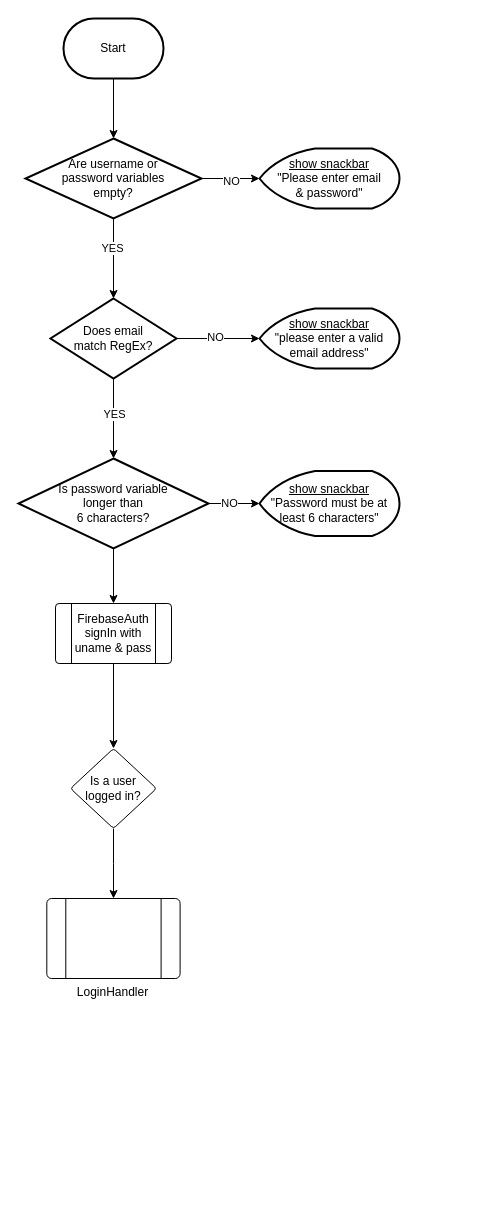
19MAsciamprener/compSci-NEA-repo keeps this draw.io diagram as login-uname-and-pass-flowchart.drawio. Above is the earlier version. Source tidied: cells renumbered, new cells numbered last; positions are measured from the earlier drawing's top-left corner, leaving out a move shared by most shapes. Both pictures are drawn from the tidied source at 100%, with x=0, y=0 at pixel (18, 18).
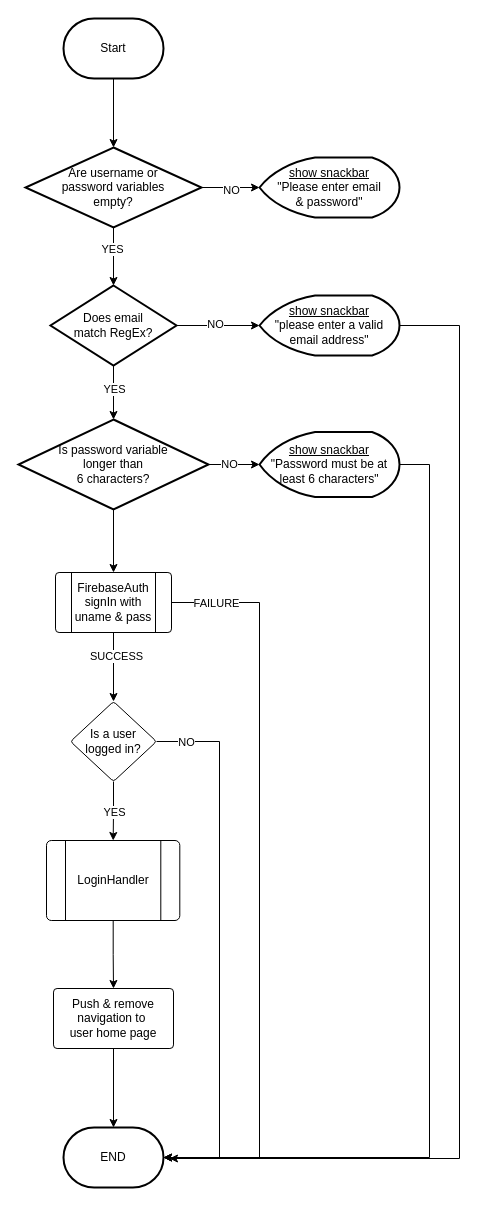
The same page after the edit.

Unchanged cells that the change refers to:
```xml
<mxCell id="21" style="edgeStyle=orthogonalEdgeStyle;rounded=0;jettySize=auto;html=1;" parent="1" edge="1" source="22" target="23">
  <mxGeometry relative="1" as="geometry" />
</mxCell>
<mxCell id="25" style="edgeStyle=orthogonalEdgeStyle;rounded=0;jettySize=auto;html=1;" parent="1" edge="1" source="23" target="24">
  <mxGeometry relative="1" as="geometry" />
</mxCell>
```

Change to the diagram source:
```diff
@@
-    <mxCell id="3" value="Start" style="strokeWidth=2;html=1;shape=mxgraph.flowchart.terminator;whiteSpace=wrap;" parent="1" vertex="1">
+    <mxCell id="3" value="Start" style="strokeWidth=2;html=1;shape=mxgraph.flowchart.terminator;whiteSpace=wrap;flipV=0;legacyAnchorPoints=0;" parent="1" vertex="1">
       <mxGeometry x="45" width="100" height="60" as="geometry" />
     </mxCell>
@@
-    <mxCell id="6" value="Are username or&lt;br&gt;password variables&lt;br&gt;empty?" style="rhombus;whiteSpace=wrap;html=1;strokeWidth=2;" parent="1" vertex="1">
-      <mxGeometry x="7" y="120" width="176" height="80" as="geometry" />
+    <mxCell id="6" value="Are username or&lt;br&gt;password variables&lt;br&gt;empty?" style="rhombus;whiteSpace=wrap;html=1;strokeWidth=2;flipV=0;legacyAnchorPoints=0;" parent="1" vertex="1">
+      <mxGeometry x="7" y="129" width="176" height="80" as="geometry" />
     </mxCell>
     <mxCell id="7" value="&lt;u&gt;show snackbar&lt;br&gt;&lt;/u&gt;&quot;Please enter email&lt;br&gt;&amp;amp; password&quot;" style="strokeWidth=2;html=1;shape=mxgraph.flowchart.display;whiteSpace=wrap;" parent="1" vertex="1">
-      <mxGeometry x="241" y="130" width="140" height="60" as="geometry" />
+      <mxGeometry x="241" y="139" width="140" height="60" as="geometry" />
     </mxCell>
@@
-    <mxCell id="12" value="Does email &lt;br&gt;match RegEx?" style="rhombus;whiteSpace=wrap;html=1;strokeWidth=2;" parent="1" vertex="1">
-      <mxGeometry x="32" y="280" width="126" height="80" as="geometry" />
+    <mxCell id="12" value="Does email &lt;br&gt;match RegEx?" style="rhombus;whiteSpace=wrap;html=1;strokeWidth=2;flipV=0;legacyAnchorPoints=0;" parent="1" vertex="1">
+      <mxGeometry x="32" y="267" width="126" height="80" as="geometry" />
     </mxCell>
+    <mxCell id="26" style="edgeStyle=orthogonalEdgeStyle;rounded=0;jettySize=auto;html=1;" parent="1" edge="1" source="13">
+      <mxGeometry relative="1" as="geometry">
+        <mxPoint x="151" y="1140" as="targetPoint" />
+        <Array as="points">
+          <mxPoint x="441" y="307" />
+          <mxPoint x="441" y="1140" />
+        </Array>
+      </mxGeometry>
+    </mxCell>
     <mxCell id="13" value="&lt;u&gt;show snackbar&lt;/u&gt;&lt;br&gt;&quot;please enter a valid &lt;br&gt;email address&quot;" style="strokeWidth=2;html=1;shape=mxgraph.flowchart.display;whiteSpace=wrap;" parent="1" vertex="1">
-      <mxGeometry x="241" y="290" width="140" height="60" as="geometry" />
+      <mxGeometry x="241" y="277" width="140" height="60" as="geometry" />
     </mxCell>
@@
-    <mxCell id="17" value="Is password variable&lt;br&gt;longer&amp;nbsp;than&lt;br&gt;6 characters?" style="rhombus;whiteSpace=wrap;html=1;strokeWidth=2;" parent="1" vertex="1">
-      <mxGeometry y="440" width="190" height="90" as="geometry" />
+    <mxCell id="17" value="Is password variable&lt;br&gt;longer&amp;nbsp;than&lt;br&gt;6 characters?" style="rhombus;whiteSpace=wrap;html=1;strokeWidth=2;flipV=0;legacyAnchorPoints=0;" parent="1" vertex="1">
+      <mxGeometry y="401" width="190" height="90" as="geometry" />
     </mxCell>
     <mxCell id="18" value="&lt;u&gt;show snackbar&lt;/u&gt;&lt;div&gt;&quot;Password must be at least 6 characters&quot;&lt;/div&gt;" style="strokeWidth=2;html=1;shape=mxgraph.flowchart.display;whiteSpace=wrap;" parent="1" vertex="1">
-      <mxGeometry x="241" y="452.5" width="140" height="65" as="geometry" />
+      <mxGeometry x="241" y="413.5" width="140" height="65" as="geometry" />
     </mxCell>
@@
+    <mxCell id="27" value="SUCCESS" style="edgeLabel;html=1;align=center;verticalAlign=middle;" parent="21" vertex="1">
+      <mxGeometry x="-0.32" y="2" relative="1" as="geometry" />
+    </mxCell>
+    <mxCell id="28" style="edgeStyle=orthogonalEdgeStyle;rounded=0;jettySize=auto;html=1;shape=filledEdge;entryX=1;entryY=0.5;entryDx=0;entryDy=0;entryPerimeter=0;" parent="1" edge="1" source="22" target="33">
+      <mxGeometry relative="1" as="geometry">
+        <Array as="points">
+          <mxPoint x="241" y="584" />
+          <mxPoint x="241" y="1139" />
+        </Array>
+      </mxGeometry>
+    </mxCell>
+    <mxCell id="29" value="FAILURE" style="edgeLabel;html=1;align=center;verticalAlign=middle;" parent="28" vertex="1">
+      <mxGeometry x="-0.88" relative="1" as="geometry" />
+    </mxCell>
-    <mxCell id="22" value="FirebaseAuth signIn with uname &amp;amp; pass" style="verticalLabelPosition=middle;verticalAlign=middle;html=1;shape=process;whiteSpace=wrap;rounded=1;size=0.14;arcSize=6;labelPosition=center;align=center;" parent="1" vertex="1">
-      <mxGeometry x="37" y="585" width="116" height="60" as="geometry" />
+    <mxCell id="22" value="FirebaseAuth signIn with uname &amp;amp; pass" style="verticalLabelPosition=middle;verticalAlign=middle;html=1;shape=process;whiteSpace=wrap;rounded=1;size=0.14;arcSize=6;labelPosition=center;align=center;flipV=0;legacyAnchorPoints=0;" parent="1" vertex="1">
+      <mxGeometry x="37" y="554" width="116" height="60" as="geometry" />
     </mxCell>
-    <mxCell id="23" value="Is a user logged in?" style="rhombus;whiteSpace=wrap;html=1;rounded=1;arcSize=6;" parent="1" vertex="1">
-      <mxGeometry x="52" y="730" width="86" height="80" as="geometry" />
+    <mxCell id="23" value="Is a user logged in?" style="rhombus;whiteSpace=wrap;html=1;rounded=1;arcSize=6;flipV=0;legacyAnchorPoints=0;" parent="1" vertex="1">
+      <mxGeometry x="52" y="683" width="86" height="80" as="geometry" />
     </mxCell>
+    <mxCell id="30" style="edgeStyle=orthogonalEdgeStyle;rounded=0;jettySize=auto;html=1;entryX=0.5;entryY=0;entryDx=0;entryDy=0;" parent="1" edge="1" source="24" target="32">
+      <mxGeometry relative="1" as="geometry" />
+    </mxCell>
-    <mxCell id="24" value="LoginHandler" style="verticalLabelPosition=bottom;verticalAlign=top;html=1;shape=process;whiteSpace=wrap;rounded=1;size=0.14;arcSize=6;" parent="1" vertex="1">
-      <mxGeometry x="28.3" y="880" width="133.3" height="80" as="geometry" />
+    <mxCell id="24" value="LoginHandler" style="verticalLabelPosition=middle;verticalAlign=middle;html=1;shape=process;whiteSpace=wrap;rounded=1;size=0.14;arcSize=6;labelPosition=center;align=center;flipV=0;legacyAnchorPoints=0;" parent="1" vertex="1">
+      <mxGeometry x="28" y="822" width="133.3" height="80" as="geometry" />
     </mxCell>
@@
+    <mxCell id="31" value="YES" style="edgeLabel;html=1;align=center;verticalAlign=middle;" parent="25" vertex="1">
+      <mxGeometry x="0.05" y="1" relative="1" as="geometry" />
+    </mxCell>
+    <mxCell id="32" value="Push &amp;amp; remove navigation to&amp;nbsp;&lt;br&gt;user home page" style="whiteSpace=wrap;html=1;rounded=1;arcSize=6;flipV=0;legacyAnchorPoints=0;" parent="1" vertex="1">
+      <mxGeometry x="35" y="970" width="120" height="60" as="geometry" />
+    </mxCell>
+    <mxCell id="33" value="END" style="strokeWidth=2;html=1;shape=mxgraph.flowchart.terminator;whiteSpace=wrap;flipV=0;legacyAnchorPoints=0;" parent="1" vertex="1">
+      <mxGeometry x="45" y="1109" width="100" height="60" as="geometry" />
+    </mxCell>
+    <mxCell id="34" style="edgeStyle=orthogonalEdgeStyle;rounded=0;jettySize=auto;html=1;entryX=1;entryY=0.5;entryDx=0;entryDy=0;entryPerimeter=0;" parent="1" edge="1" source="23" target="33">
+      <mxGeometry relative="1" as="geometry">
+        <Array as="points">
+          <mxPoint x="201" y="723" />
+          <mxPoint x="201" y="1140" />
+        </Array>
+      </mxGeometry>
+    </mxCell>
+    <mxCell id="35" value="NO" style="edgeLabel;html=1;align=center;verticalAlign=middle;" parent="34" vertex="1">
+      <mxGeometry x="-0.89" relative="1" as="geometry" />
+    </mxCell>
+    <mxCell id="36" style="edgeStyle=orthogonalEdgeStyle;rounded=0;jettySize=auto;html=1;entryX=1;entryY=0.5;entryDx=0;entryDy=0;entryPerimeter=0;" parent="1" edge="1" source="18" target="33">
+      <mxGeometry relative="1" as="geometry">
+        <Array as="points">
+          <mxPoint x="411" y="446" />
+          <mxPoint x="411" y="1139" />
+        </Array>
+      </mxGeometry>
+    </mxCell>
+    <mxCell id="37" style="edgeStyle=orthogonalEdgeStyle;rounded=0;jettySize=auto;html=1;entryX=0.5;entryY=0;entryDx=0;entryDy=0;entryPerimeter=0;" parent="1" edge="1" source="32" target="33">
+      <mxGeometry relative="1" as="geometry" />
+    </mxCell>
```
